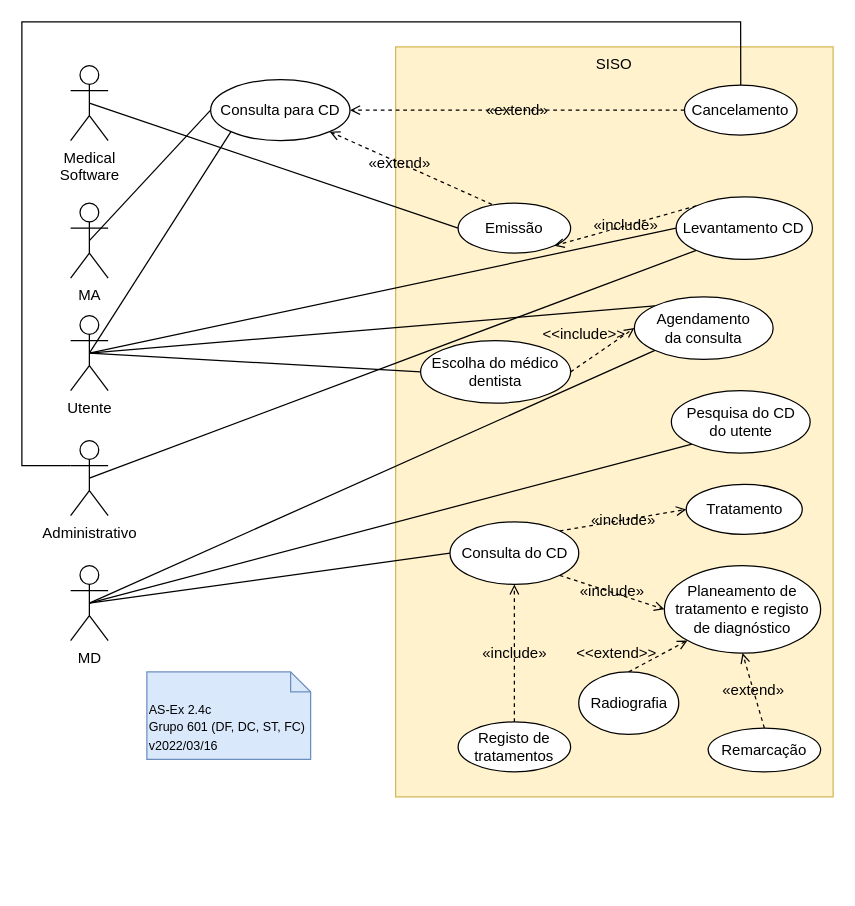
Above: page "2.4c" (3 of 3) of P/P2/P2.drawio in DavidAraujo98/AS (draw.io), before the change. Source tidied: cells renumbered, new cells numbered last; positions are measured from the earlier drawing's top-left corner, leaving out a move shared by most shapes. Both pictures are drawn from the tidied source at 125%, with x=0, y=0 at pixel (21, 21).
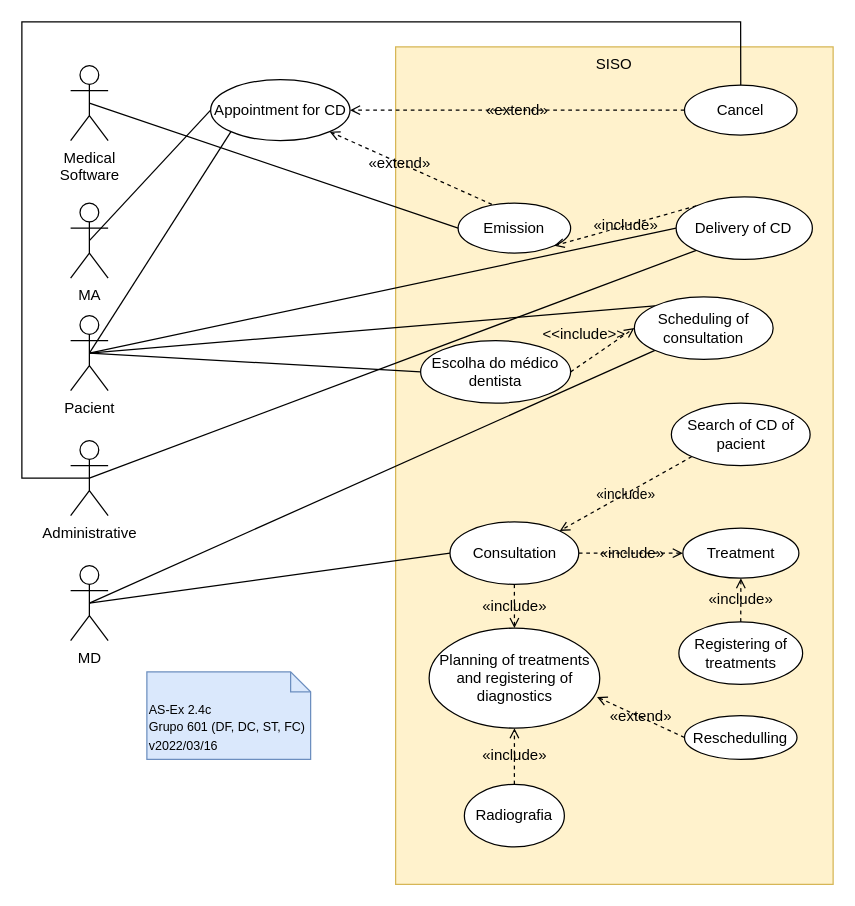
After the change.

The change refers to these unchanged cells:
```xml
<mxCell id="8" value="MD" style="shape=umlActor;verticalLabelPosition=bottom;verticalAlign=top;html=1;outlineConnect=0;" parent="1" vertex="1">
  <mxGeometry x="39" y="435" width="30" height="60" as="geometry" />
</mxCell>
```

What changed in the source:
```diff
@@
     <mxCell id="2" value="SISO" style="rounded=0;whiteSpace=wrap;html=1;verticalAlign=top;fillColor=#fff2cc;strokeColor=#d6b656;" parent="1" vertex="1">
-      <mxGeometry x="299" y="20" width="350" height="600" as="geometry" />
+      <mxGeometry x="299" y="20" width="350" height="670" as="geometry" />
     </mxCell>
@@
-    <mxCell id="6" style="edgeStyle=none;rounded=0;jettySize=auto;html=1;exitX=0.5;exitY=0.5;exitDx=0;exitDy=0;exitPerimeter=0;entryX=0;entryY=1;entryDx=0;entryDy=0;labelBackgroundColor=none;fontSize=12;startArrow=none;startFill=0;endArrow=none;endFill=0;strokeColor=#000000;" parent="1" edge="1" source="8" target="25">
-      <mxGeometry relative="1" as="geometry" />
-    </mxCell>
@@
-    <mxCell id="12" value="Utente" style="shape=umlActor;verticalLabelPosition=bottom;verticalAlign=top;html=1;outlineConnect=0;" parent="1" vertex="1">
+    <mxCell id="12" value="Pacient" style="shape=umlActor;verticalLabelPosition=bottom;verticalAlign=top;html=1;outlineConnect=0;" parent="1" vertex="1">
       <mxGeometry x="39" y="235" width="30" height="60" as="geometry" />
     </mxCell>
@@
-    <mxCell id="15" value="Consulta para CD" style="ellipse;whiteSpace=wrap;html=1;" parent="1" vertex="1">
+    <mxCell id="15" value="Appointment for CD" style="ellipse;whiteSpace=wrap;html=1;" parent="1" vertex="1">
       <mxGeometry x="151" y="46.2" width="111.5" height="48.8" as="geometry" />
     </mxCell>
-    <mxCell id="16" value="Emissão" style="ellipse;whiteSpace=wrap;html=1;fontSize=12;" parent="1" vertex="1">
+    <mxCell id="16" value="Emission" style="ellipse;whiteSpace=wrap;html=1;fontSize=12;" parent="1" vertex="1">
       <mxGeometry x="349" y="145" width="90" height="40" as="geometry" />
     </mxCell>
@@
-    <mxCell id="18" value="Administrativo" style="shape=umlActor;verticalLabelPosition=bottom;verticalAlign=top;html=1;outlineConnect=0;fontSize=12;" parent="1" vertex="1">
+    <mxCell id="18" value="Administrative" style="shape=umlActor;verticalLabelPosition=bottom;verticalAlign=top;html=1;outlineConnect=0;fontSize=12;" parent="1" vertex="1">
       <mxGeometry x="39" y="335" width="30" height="60" as="geometry" />
     </mxCell>
@@
-    <mxCell id="21" value="Cancelamento" style="ellipse;whiteSpace=wrap;html=1;fontSize=12;" parent="1" vertex="1">
+    <mxCell id="21" value="Cancel" style="ellipse;whiteSpace=wrap;html=1;fontSize=12;" parent="1" vertex="1">
       <mxGeometry x="530.1" y="50.6" width="90" height="40" as="geometry" />
     </mxCell>
@@
-    <mxCell id="23" value="Levantamento CD" style="ellipse;whiteSpace=wrap;html=1;fontSize=12;" parent="1" vertex="1">
+    <mxCell id="23" value="Delivery of CD" style="ellipse;whiteSpace=wrap;html=1;fontSize=12;" parent="1" vertex="1">
       <mxGeometry x="523.4" y="140" width="109" height="50" as="geometry" />
     </mxCell>
-    <mxCell id="24" value="Agendamento&lt;br&gt;da consulta" style="ellipse;whiteSpace=wrap;html=1;fontSize=12;" parent="1" vertex="1">
+    <mxCell id="24" value="Scheduling of consultation" style="ellipse;whiteSpace=wrap;html=1;fontSize=12;" parent="1" vertex="1">
       <mxGeometry x="490" y="220" width="111" height="50" as="geometry" />
     </mxCell>
+    <mxCell id="44" value="«include»" style="edgeStyle=none;rounded=0;jettySize=auto;html=1;exitX=0;exitY=1;exitDx=0;exitDy=0;entryX=1;entryY=0;entryDx=0;entryDy=0;labelBackgroundColor=none;endArrow=open;endFill=0;dashed=1;" parent="1" edge="1" source="25" target="30">
+      <mxGeometry relative="1" as="geometry" />
+    </mxCell>
-    <mxCell id="25" value="Pesquisa do CD&lt;br&gt;do utente" style="ellipse;whiteSpace=wrap;html=1;fontSize=12;" parent="1" vertex="1">
-      <mxGeometry x="519.6" y="295" width="111" height="50" as="geometry" />
+    <mxCell id="25" value="Search of CD of pacient" style="ellipse;whiteSpace=wrap;html=1;fontSize=12;" parent="1" vertex="1">
+      <mxGeometry x="519.6" y="305" width="111" height="50" as="geometry" />
     </mxCell>
-    <mxCell id="26" value="Planeamento de tratamento e registo de diagnóstico" style="ellipse;whiteSpace=wrap;html=1;fontSize=12;" parent="1" vertex="1">
-      <mxGeometry x="514" y="435" width="125" height="70" as="geometry" />
+    <mxCell id="26" value="Planning of treatments and registering of diagnostics" style="ellipse;whiteSpace=wrap;html=1;fontSize=12;" parent="1" vertex="1">
+      <mxGeometry x="325.8" y="485" width="136.5" height="80" as="geometry" />
     </mxCell>
-    <mxCell id="27" value="Tratamento" style="ellipse;whiteSpace=wrap;html=1;fontSize=12;" parent="1" vertex="1">
-      <mxGeometry x="531.5" y="370" width="92.8" height="40" as="geometry" />
+    <mxCell id="27" value="Treatment" style="ellipse;whiteSpace=wrap;html=1;fontSize=12;" parent="1" vertex="1">
+      <mxGeometry x="528.8" y="405" width="92.8" height="40" as="geometry" />
     </mxCell>
-    <mxCell id="28" value="«include»" style="edgeStyle=none;rounded=0;jettySize=auto;html=1;exitX=1;exitY=0;exitDx=0;exitDy=0;entryX=0;entryY=0.5;entryDx=0;entryDy=0;labelBackgroundColor=none;fontSize=12;startArrow=none;startFill=0;endArrow=open;endFill=0;strokeColor=#000000;dashed=1;" parent="1" edge="1" source="30" target="27">
+    <mxCell id="28" value="«include»" style="edgeStyle=none;rounded=0;jettySize=auto;html=1;exitX=1;exitY=0.5;exitDx=0;exitDy=0;entryX=0;entryY=0.5;entryDx=0;entryDy=0;labelBackgroundColor=none;fontSize=12;startArrow=none;startFill=0;endArrow=open;endFill=0;strokeColor=#000000;dashed=1;" parent="1" edge="1" source="30" target="27">
       <mxGeometry relative="1" as="geometry" />
     </mxCell>
-    <mxCell id="29" value="«include»" style="edgeStyle=none;rounded=0;jettySize=auto;html=1;exitX=1;exitY=1;exitDx=0;exitDy=0;entryX=0;entryY=0.5;entryDx=0;entryDy=0;dashed=1;labelBackgroundColor=none;fontSize=12;startArrow=none;startFill=0;endArrow=open;endFill=0;strokeColor=#000000;" parent="1" edge="1" source="30" target="26">
+    <mxCell id="29" value="«include»" style="edgeStyle=none;rounded=0;jettySize=auto;html=1;exitX=0.5;exitY=1;exitDx=0;exitDy=0;entryX=0.5;entryY=0;entryDx=0;entryDy=0;dashed=1;labelBackgroundColor=none;fontSize=12;startArrow=none;startFill=0;endArrow=open;endFill=0;strokeColor=#000000;" parent="1" edge="1" source="30" target="26">
       <mxGeometry relative="1" as="geometry" />
     </mxCell>
-    <mxCell id="30" value="Consulta do CD" style="ellipse;whiteSpace=wrap;html=1;fontSize=12;" parent="1" vertex="1">
+    <mxCell id="30" value="Consultation" style="ellipse;whiteSpace=wrap;html=1;fontSize=12;" parent="1" vertex="1">
       <mxGeometry x="342.5" y="400" width="103" height="50" as="geometry" />
     </mxCell>
-    <mxCell id="31" value="«include»" style="edgeStyle=none;rounded=0;jettySize=auto;html=1;exitX=0.5;exitY=0;exitDx=0;exitDy=0;entryX=0.5;entryY=1;entryDx=0;entryDy=0;dashed=1;labelBackgroundColor=none;fontSize=12;startArrow=none;startFill=0;endArrow=open;endFill=0;strokeColor=#000000;" parent="1" edge="1" source="32" target="30">
+    <mxCell id="31" value="«include»" style="edgeStyle=none;rounded=0;jettySize=auto;html=1;exitX=0.5;exitY=0;exitDx=0;exitDy=0;entryX=0.5;entryY=1;entryDx=0;entryDy=0;dashed=1;labelBackgroundColor=none;fontSize=12;startArrow=none;startFill=0;endArrow=open;endFill=0;strokeColor=#000000;" parent="1" edge="1" source="32" target="27">
       <mxGeometry relative="1" as="geometry" />
     </mxCell>
-    <mxCell id="32" value="Registo de tratamentos" style="ellipse;whiteSpace=wrap;html=1;fontSize=12;" parent="1" vertex="1">
-      <mxGeometry x="349" y="560" width="90" height="40" as="geometry" />
+    <mxCell id="32" value="Registering of treatments" style="ellipse;whiteSpace=wrap;html=1;fontSize=12;" parent="1" vertex="1">
+      <mxGeometry x="525.6" y="480" width="99" height="50" as="geometry" />
     </mxCell>
-    <mxCell id="33" value="«extend»" style="edgeStyle=none;rounded=0;jettySize=auto;html=1;exitX=0.5;exitY=0;exitDx=0;exitDy=0;entryX=0.5;entryY=1;entryDx=0;entryDy=0;dashed=1;labelBackgroundColor=none;fontSize=12;startArrow=none;startFill=0;endArrow=open;endFill=0;strokeColor=#000000;" parent="1" edge="1" source="34" target="26">
+    <mxCell id="33" value="«extend»" style="edgeStyle=none;rounded=0;jettySize=auto;html=1;exitX=0;exitY=0.5;exitDx=0;exitDy=0;entryX=0.984;entryY=0.688;entryDx=0;entryDy=0;dashed=1;labelBackgroundColor=none;fontSize=12;startArrow=none;startFill=0;endArrow=open;endFill=0;strokeColor=#000000;entryPerimeter=0;" parent="1" edge="1" source="34" target="26">
       <mxGeometry relative="1" as="geometry" />
     </mxCell>
-    <mxCell id="34" value="Remarcação" style="ellipse;whiteSpace=wrap;html=1;fontSize=12;" parent="1" vertex="1">
-      <mxGeometry x="549" y="565" width="90" height="35" as="geometry" />
+    <mxCell id="34" value="Reschedulling" style="ellipse;whiteSpace=wrap;html=1;fontSize=12;" parent="1" vertex="1">
+      <mxGeometry x="530.1" y="555" width="90" height="35" as="geometry" />
     </mxCell>
@@
-    <mxCell id="40" style="endArrow=none;html=1;rounded=0;fontSize=12;exitX=0;exitY=0.3333333333333333;exitDx=0;exitDy=0;exitPerimeter=0;entryX=0.5;entryY=0;entryDx=0;entryDy=0;" parent="1" edge="1" source="18" target="21">
+    <mxCell id="40" style="endArrow=none;html=1;rounded=0;fontSize=12;exitX=0.5;exitY=0.5;exitDx=0;exitDy=0;exitPerimeter=0;entryX=0.5;entryY=0;entryDx=0;entryDy=0;" parent="1" edge="1" source="18" target="21">
       <mxGeometry relative="1" as="geometry">
         <Array as="points">
-          <mxPoint y="355" />
+          <mxPoint y="365" />
           <mxPoint />
           <mxPoint x="575" />
         </Array>
       </mxGeometry>
     </mxCell>
     <mxCell id="41" value="Radiografia" style="ellipse;whiteSpace=wrap;html=1;fontSize=12;" parent="1" vertex="1">
-      <mxGeometry x="445.5" y="520" width="80" height="50" as="geometry" />
+      <mxGeometry x="354" y="610" width="80" height="50" as="geometry" />
     </mxCell>
-    <mxCell id="42" style="endArrow=open;html=1;rounded=0;dashed=1;fontSize=12;exitX=0.5;exitY=0;exitDx=0;exitDy=0;entryX=0;entryY=1;entryDx=0;entryDy=0;endFill=0;" parent="1" edge="1" source="41" target="26">
+    <mxCell id="42" value="«include»" style="endArrow=open;html=1;rounded=0;dashed=1;fontSize=12;exitX=0.5;exitY=0;exitDx=0;exitDy=0;entryX=0.5;entryY=1;entryDx=0;entryDy=0;endFill=0;labelBackgroundColor=none;" parent="1" edge="1" source="41" target="26">
       <mxGeometry relative="1" as="geometry" />
     </mxCell>
-    <mxCell id="43" value="&amp;lt;&amp;lt;extend&amp;gt;&amp;gt;" style="text;html=1;strokeColor=none;fillColor=none;align=center;verticalAlign=middle;whiteSpace=wrap;rounded=0;fontSize=12;" parent="1" vertex="1">
-      <mxGeometry x="445.5" y="490" width="60" height="30" as="geometry" />
-    </mxCell>
```
